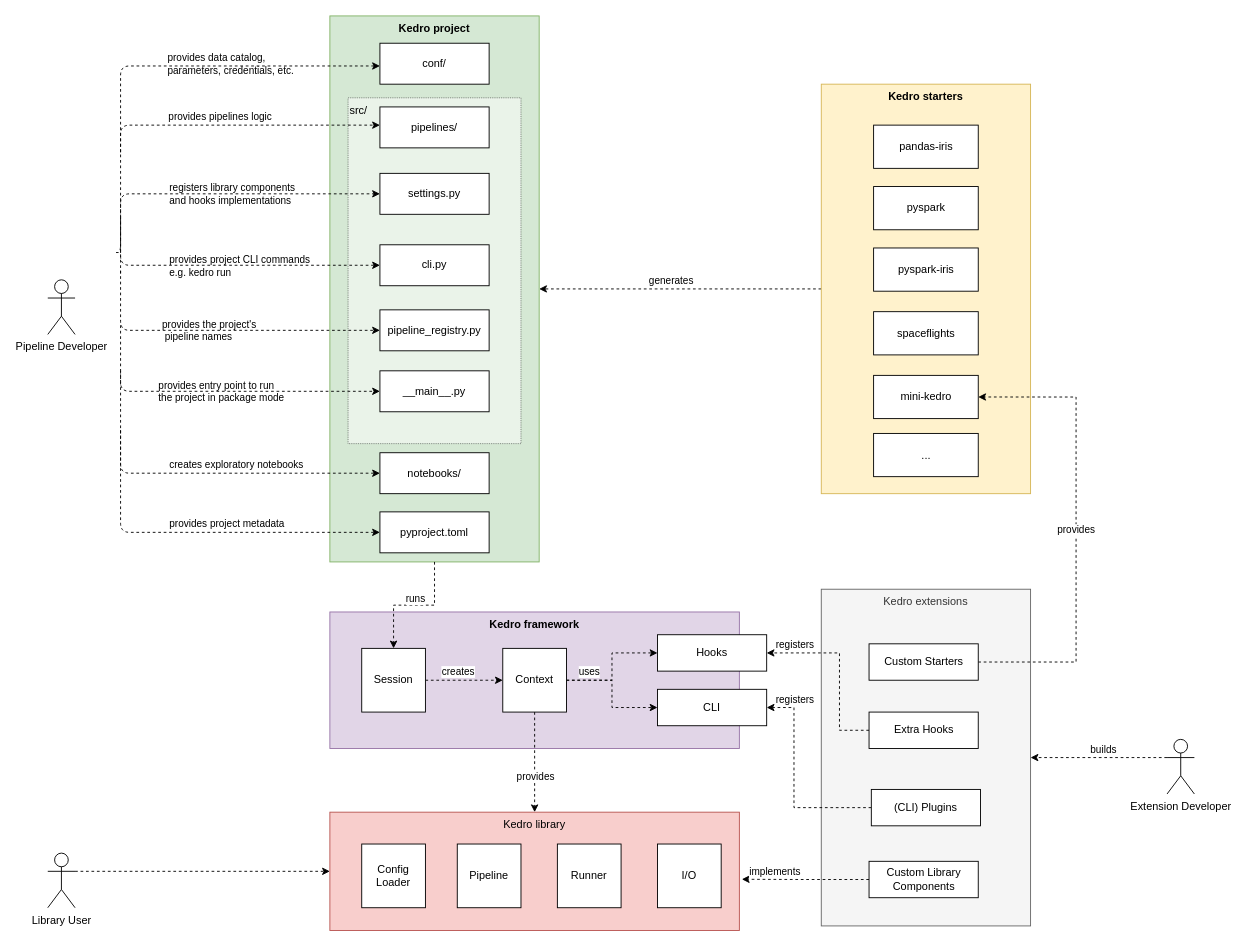
kedro-org/kedro keeps this draw.io diagram as docs/source/meta/images/KedroArchitecture.drawio. Above is the earlier version. Source tidied: cells renumbered, new cells numbered last; positions are measured from the earlier drawing's top-left corner, leaving out a move shared by most shapes. Both pictures are drawn from the tidied source at 91%, with x=0, y=0 at pixel (47, 15).
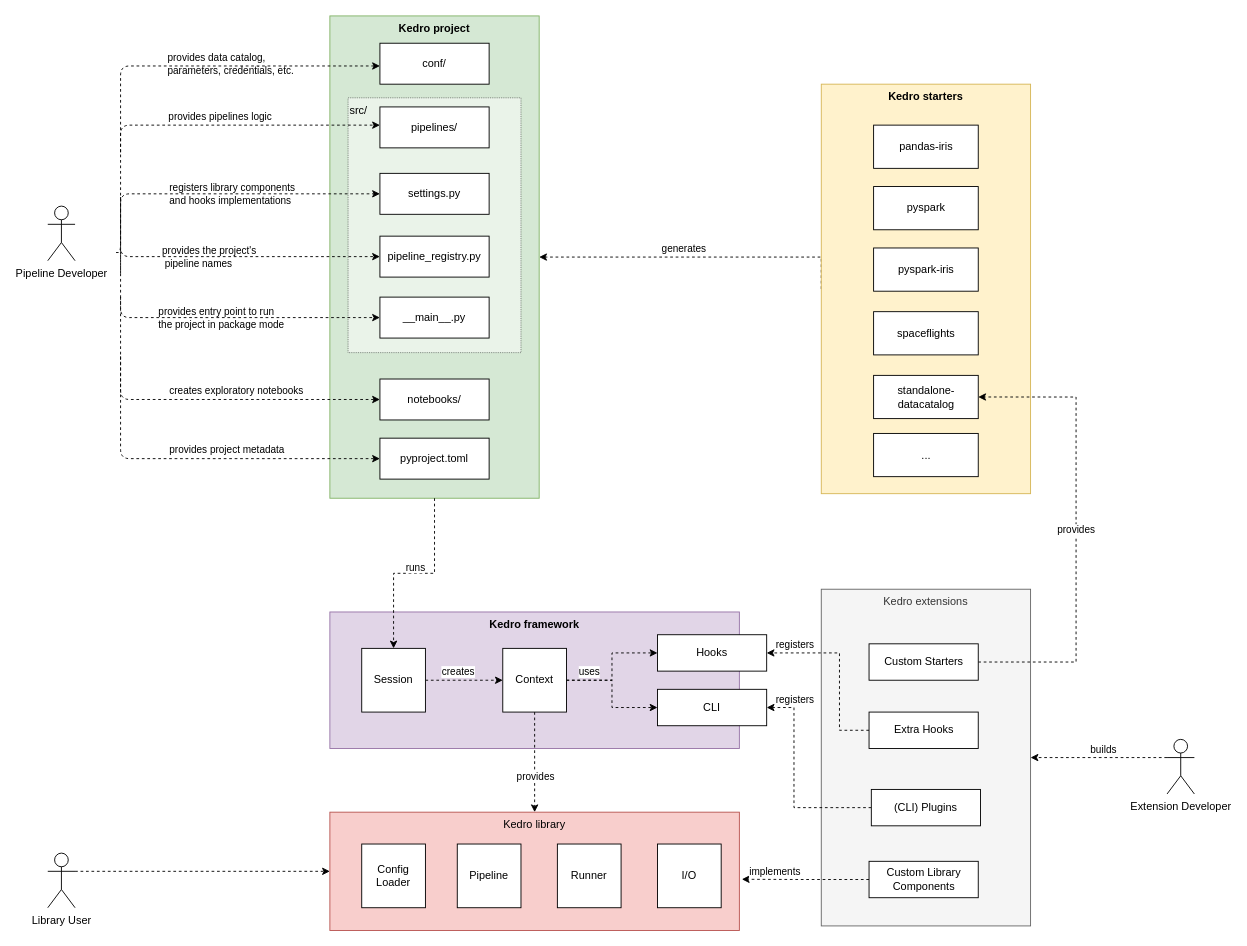
The same page after the edit.

Commit message (it also covers changes not shown here):
Add architecture graphic back to docs with revisions (#2916)

The change refers to these unchanged cells:
```xml
<mxCell id="11" value="&lt;b&gt;Kedro starters&lt;/b&gt;" style="rounded=0;whiteSpace=wrap;html=1;verticalAlign=top;fillColor=#fff2cc;strokeColor=#d6b656;" parent="1" vertex="1">
  <mxGeometry x="850" y="75" width="230" height="450" as="geometry" />
</mxCell>
```

Change to the diagram source:
```diff
@@
     <mxCell id="2" value="&lt;b&gt;Kedro project&lt;/b&gt;" style="rounded=0;whiteSpace=wrap;html=1;verticalAlign=top;fillColor=#d5e8d4;strokeColor=#82b366;" parent="1" vertex="1">
-      <mxGeometry x="310" width="230" height="600" as="geometry" />
+      <mxGeometry x="310" width="230" height="530" as="geometry" />
     </mxCell>
     <mxCell id="3" value="src/" style="rounded=0;whiteSpace=wrap;html=1;dashed=1;dashPattern=1 1;verticalAlign=top;align=left;labelBackgroundColor=none;opacity=50;" parent="1" vertex="1">
-      <mxGeometry x="330" y="90" width="190" height="380" as="geometry" />
+      <mxGeometry x="330" y="90" width="190" height="280" as="geometry" />
     </mxCell>
@@
     <mxCell id="5" value="Pipeline Developer" style="shape=umlActor;verticalLabelPosition=bottom;verticalAlign=top;html=1;" parent="1" vertex="1">
-      <mxGeometry y="290" width="30" height="60" as="geometry" />
+      <mxGeometry y="209" width="30" height="60" as="geometry" />
     </mxCell>
@@
     <mxCell id="9" style="edgeStyle=orthogonalEdgeStyle;rounded=0;jettySize=auto;html=1;exitX=0;exitY=0.5;exitDx=0;exitDy=0;dashed=1;" parent="1" edge="1" source="11" target="2">
-      <mxGeometry relative="1" as="geometry" />
+      <mxGeometry relative="1" as="geometry">
+        <Array as="points">
+          <mxPoint x="850" y="265" />
+        </Array>
+      </mxGeometry>
     </mxCell>
@@
-    <mxCell id="39" value="cli.py" style="rounded=0;whiteSpace=wrap;html=1;" parent="1" vertex="1">
-      <mxGeometry x="365" y="251.5" width="120" height="45" as="geometry" />
-    </mxCell>
@@
     <mxCell id="43" value="notebooks/" style="rounded=0;whiteSpace=wrap;html=1;" parent="1" vertex="1">
-      <mxGeometry x="365" y="480" width="120" height="45" as="geometry" />
+      <mxGeometry x="365" y="399" width="120" height="45" as="geometry" />
     </mxCell>
     <mxCell id="44" value="pyproject.toml" style="rounded=0;whiteSpace=wrap;html=1;" parent="1" vertex="1">
-      <mxGeometry x="365" y="545" width="120" height="45" as="geometry" />
+      <mxGeometry x="365" y="464" width="120" height="45" as="geometry" />
     </mxCell>
-    <mxCell id="45" value="mini-kedro" style="rounded=0;whiteSpace=wrap;html=1;" parent="1" vertex="1">
+    <mxCell id="45" value="standalone-datacatalog" style="rounded=0;whiteSpace=wrap;html=1;" parent="1" vertex="1">
       <mxGeometry x="907.5" y="395" width="115" height="47.5" as="geometry" />
     </mxCell>
@@
-    <mxCell id="52" style="endArrow=classic;html=1;dashed=1;entryX=0;entryY=0.5;entryDx=0;entryDy=0;edgeStyle=orthogonalEdgeStyle;" parent="1" edge="1" target="39">
-      <mxGeometry relative="1" as="geometry">
-        <mxPoint x="80" y="221.5" as="sourcePoint" />
-        <Array as="points">
-          <mxPoint x="80" y="274.5" />
-        </Array>
-      </mxGeometry>
-    </mxCell>
-    <mxCell id="53" value="provides project&amp;nbsp;CLI commands&lt;br&gt;e.g. kedro run" style="edgeLabel;html=1;align=left;verticalAlign=middle;labelBackgroundColor=none;" parent="52" vertex="1">
-      <mxGeometry x="-0.2" y="3" relative="1" as="geometry">
-        <mxPoint x="-31" y="3" as="offset" />
-      </mxGeometry>
-    </mxCell>
     <mxCell id="54" style="endArrow=classic;html=1;dashed=1;entryX=0;entryY=0.5;entryDx=0;entryDy=0;edgeStyle=orthogonalEdgeStyle;" parent="1" edge="1">
       <mxGeometry relative="1" as="geometry">
-        <mxPoint x="80" y="390" as="sourcePoint" />
-        <mxPoint x="365" y="502.5" as="targetPoint" />
+        <mxPoint x="80" y="309" as="sourcePoint" />
+        <mxPoint x="365" y="421.5" as="targetPoint" />
         <Array as="points">
-          <mxPoint x="80" y="503" />
+          <mxPoint x="80" y="422" />
         </Array>
       </mxGeometry>
     </mxCell>
@@
     <mxCell id="56" style="endArrow=classic;html=1;dashed=1;entryX=0;entryY=0.5;entryDx=0;entryDy=0;edgeStyle=orthogonalEdgeStyle;" parent="1" edge="1">
       <mxGeometry relative="1" as="geometry">
-        <mxPoint x="80" y="455" as="sourcePoint" />
-        <mxPoint x="365" y="567.5" as="targetPoint" />
+        <mxPoint x="80" y="374" as="sourcePoint" />
+        <mxPoint x="365" y="486.5" as="targetPoint" />
         <Array as="points">
-          <mxPoint x="80" y="568" />
+          <mxPoint x="80" y="487" />
         </Array>
       </mxGeometry>
     </mxCell>
@@
     <mxCell id="68" value="__main__.py" style="rounded=0;whiteSpace=wrap;html=1;" parent="1" vertex="1">
-      <mxGeometry x="365" y="390" width="120" height="45" as="geometry" />
+      <mxGeometry x="365" y="309" width="120" height="45" as="geometry" />
     </mxCell>
     <mxCell id="69" style="endArrow=classic;html=1;dashed=1;entryX=0;entryY=0.5;entryDx=0;entryDy=0;edgeStyle=orthogonalEdgeStyle;" parent="1" edge="1">
       <mxGeometry relative="1" as="geometry">
-        <mxPoint x="80" y="340" as="sourcePoint" />
-        <mxPoint x="365" y="412.5" as="targetPoint" />
+        <mxPoint x="80" y="259" as="sourcePoint" />
+        <mxPoint x="365" y="331.5" as="targetPoint" />
         <Array as="points">
-          <mxPoint x="80" y="413" />
+          <mxPoint x="80" y="332" />
         </Array>
       </mxGeometry>
     </mxCell>
@@
     <mxCell id="71" value="pipeline_registry.py" style="rounded=0;whiteSpace=wrap;html=1;" parent="1" vertex="1">
-      <mxGeometry x="365" y="323" width="120" height="45" as="geometry" />
+      <mxGeometry x="365" y="242" width="120" height="45" as="geometry" />
     </mxCell>
     <mxCell id="72" style="endArrow=classic;html=1;dashed=1;entryX=0;entryY=0.5;entryDx=0;entryDy=0;edgeStyle=orthogonalEdgeStyle;" parent="1" edge="1">
       <mxGeometry relative="1" as="geometry">
-        <mxPoint x="80" y="280" as="sourcePoint" />
-        <mxPoint x="365" y="345.5" as="targetPoint" />
+        <mxPoint x="80" y="199" as="sourcePoint" />
+        <mxPoint x="365" y="264.5" as="targetPoint" />
         <Array as="points">
-          <mxPoint x="80" y="346" />
+          <mxPoint x="80" y="265" />
         </Array>
       </mxGeometry>
     </mxCell>
```
